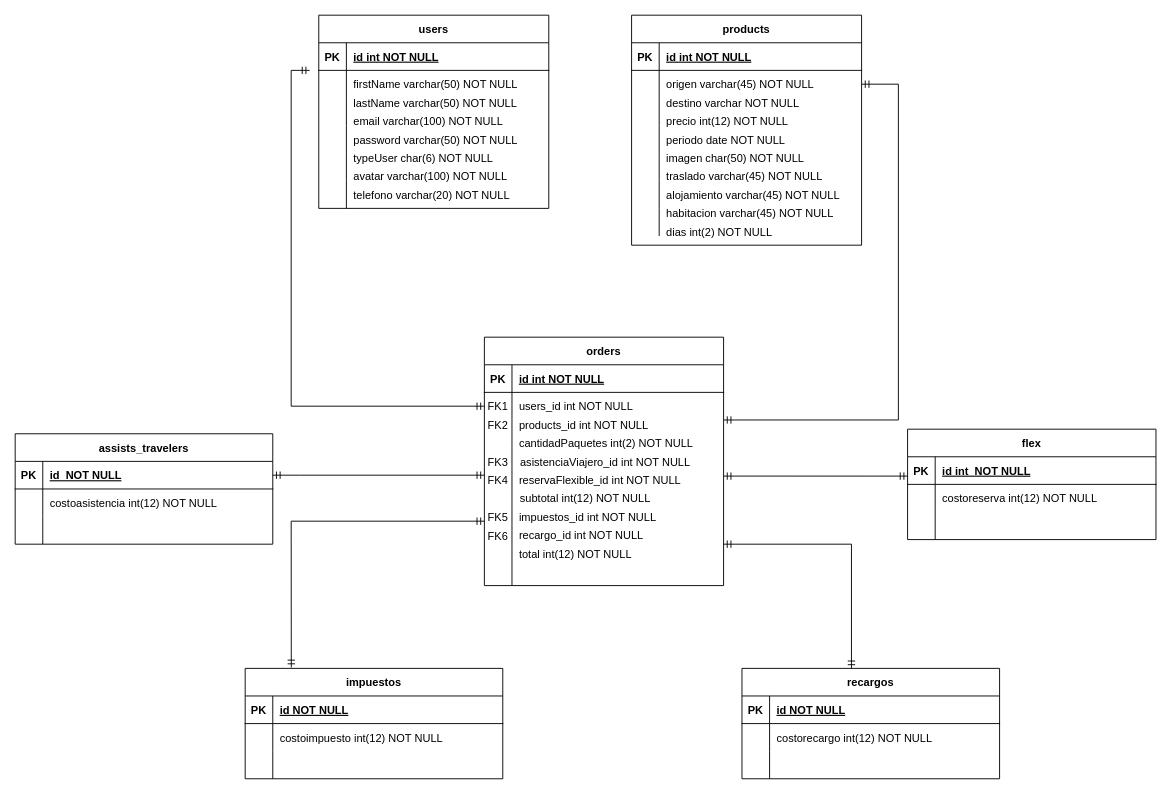
This is Diagrama E R proyecto.drawio from MateoBoutet/grupo_10_agencia_de_viajes, a draw.io file, before an edit. Source tidied: cells renumbered, new cells numbered last; positions are measured from the earlier drawing's top-left corner, leaving out a move shared by most shapes. Both pictures are drawn from the tidied source at 92%, with x=0, y=0 at pixel (15, 15).
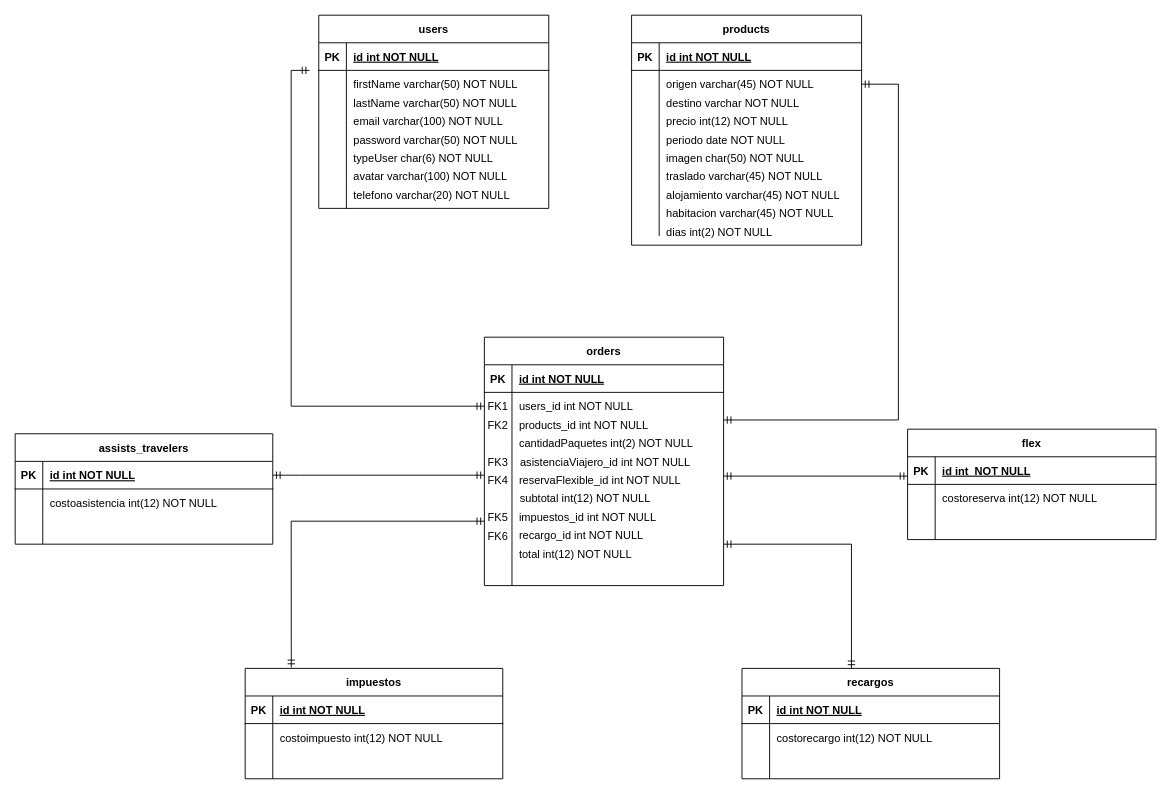
The same diagram, later.

The change refers to these unchanged cells:
```xml
<mxCell id="129" style="shape=partialRectangle;fillColor=none;top=0;left=0;right=0;bottom=1;" parent="128" vertex="1">
  <mxGeometry y="30" width="280" height="30" as="geometry" />
</mxCell>
<mxCell id="155" style="shape=partialRectangle;fillColor=none;points=[[0,0.5],[1,0.5]];portConstraint=eastwest;top=0;left=0;right=0;bottom=1;" parent="154" vertex="1">
  <mxGeometry y="30" width="280" height="30" as="geometry" />
</mxCell>
<mxCell id="166" style="shape=partialRectangle;fillColor=none;top=0;left=0;right=0;bottom=1;" parent="165" vertex="1">
  <mxGeometry y="30" width="280" height="30" as="geometry" />
</mxCell>
```

Change to the diagram source:
```diff
@@
-    <mxCell id="131" value="id NOT NULL " style="shape=partialRectangle;overflow=hidden;fillColor=none;top=0;left=0;bottom=0;right=0;align=left;spacingLeft=6;fontStyle=5;" parent="129" vertex="1">
+    <mxCell id="131" value="id int NOT NULL " style="shape=partialRectangle;overflow=hidden;fillColor=none;top=0;left=0;bottom=0;right=0;align=left;spacingLeft=6;fontStyle=5;" parent="129" vertex="1">
       <mxGeometry x="30" width="250" height="30" as="geometry" />
     </mxCell>
@@
-    <mxCell id="157" value="id  NOT NULL " style="shape=partialRectangle;overflow=hidden;fillColor=none;top=0;left=0;bottom=0;right=0;align=left;spacingLeft=6;fontStyle=5;" parent="155" vertex="1">
+    <mxCell id="157" value="id int NOT NULL " style="shape=partialRectangle;overflow=hidden;fillColor=none;top=0;left=0;bottom=0;right=0;align=left;spacingLeft=6;fontStyle=5;" parent="155" vertex="1">
       <mxGeometry x="30" width="250" height="30" as="geometry" />
     </mxCell>
@@
-    <mxCell id="168" value="id NOT NULL " style="shape=partialRectangle;overflow=hidden;fillColor=none;top=0;left=0;bottom=0;right=0;align=left;spacingLeft=6;fontStyle=5;" parent="166" vertex="1">
+    <mxCell id="168" value="id int NOT NULL " style="shape=partialRectangle;overflow=hidden;fillColor=none;top=0;left=0;bottom=0;right=0;align=left;spacingLeft=6;fontStyle=5;" parent="166" vertex="1">
       <mxGeometry x="30" width="250" height="30" as="geometry" />
     </mxCell>
```
